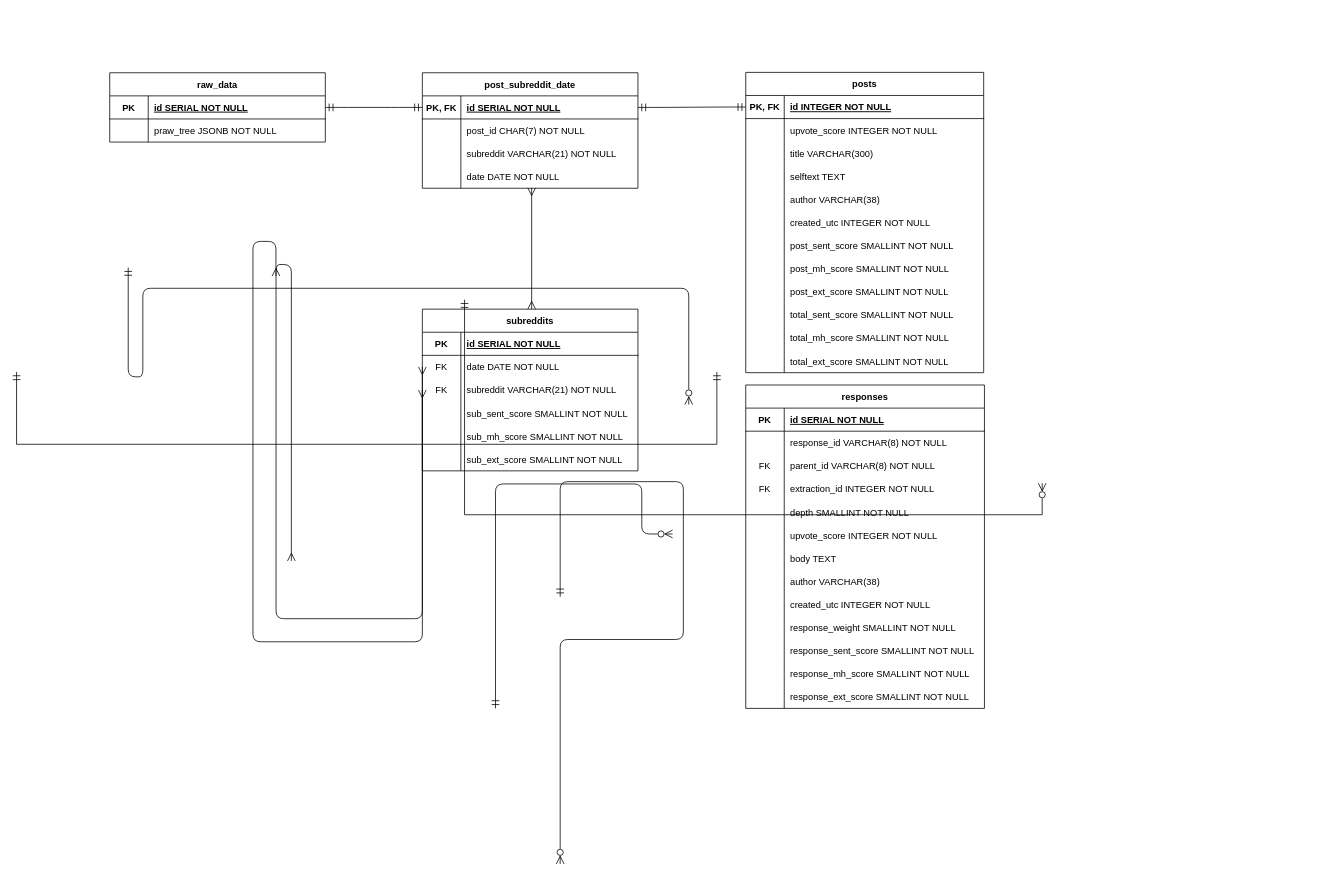
AustinLowey/social-media-trends-tracker keeps this draw.io diagram as assets/ERD.drawio. Above is the earlier version. Source tidied: cells renumbered, new cells numbered last; positions are measured from the earlier drawing's top-left corner, leaving out a move shared by most shapes. Both pictures are drawn from the tidied source at 77%, with x=0, y=0 at pixel (16, 72).
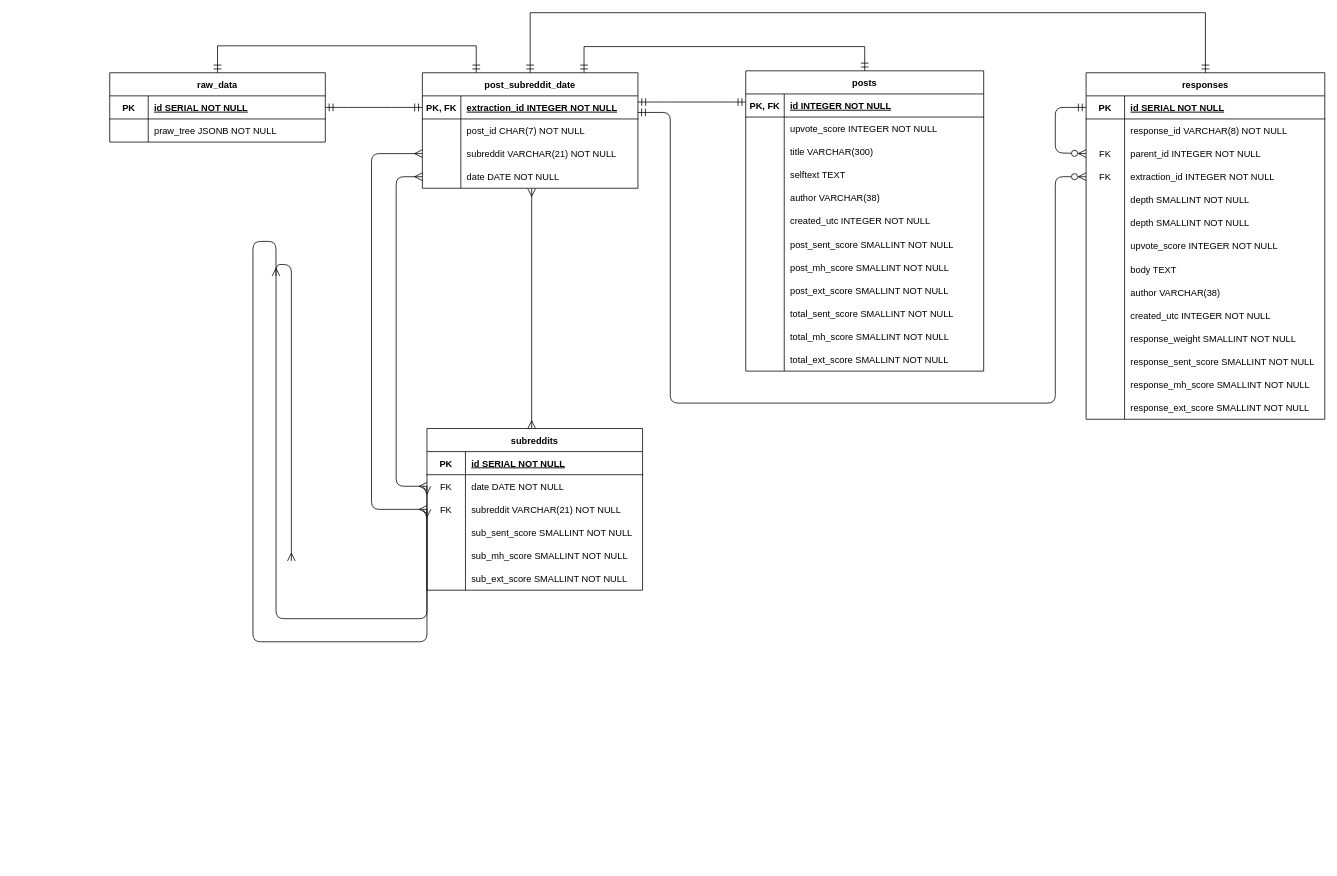
The same diagram, later.

The change refers to these unchanged cells:
```xml
<mxCell id="4" style="shape=partialRectangle;fillColor=none;points=[[0,0.5],[1,0.5]];portConstraint=eastwest;top=0;left=0;right=0;bottom=1;" parent="3" vertex="1">
  <mxGeometry y="30" width="310" height="30" as="geometry" />
</mxCell>
<mxCell id="10" style="shape=partialRectangle;fillColor=none;points=[[0,0.5],[1,0.5]];portConstraint=eastwest;top=0;left=0;right=0;bottom=0;" parent="3" vertex="1">
  <mxGeometry y="90" width="310" height="30" as="geometry" />
</mxCell>
<mxCell id="13" style="shape=partialRectangle;fillColor=none;points=[[0,0.5],[1,0.5]];portConstraint=eastwest;top=0;left=0;right=0;bottom=0;" parent="3" vertex="1">
  <mxGeometry y="120" width="310" height="30" as="geometry" />
</mxCell>
<mxCell id="43" value="raw_data" style="shape=table;startSize=30;childLayout=tableLayout;rowLines=0;fontStyle=1;align=center;" parent="1" vertex="1">
  <mxGeometry x="121" width="280" height="90" as="geometry" />
</mxCell>
<mxCell id="54" style="shape=partialRectangle;fillColor=none;points=[[0,0.5],[1,0.5]];portConstraint=eastwest;top=0;left=0;right=0;bottom=0;" parent="50" vertex="1">
  <mxGeometry y="60" width="280" height="30" as="geometry" />
</mxCell>
<mxCell id="57" style="shape=partialRectangle;fillColor=none;points=[[0,0.5],[1,0.5]];portConstraint=eastwest;top=0;left=0;right=0;bottom=0;" parent="50" vertex="1">
  <mxGeometry y="90" width="280" height="30" as="geometry" />
</mxCell>
<mxCell id="76" value="post_subreddit_date" style="shape=table;startSize=30;childLayout=tableLayout;rowLines=0;fontStyle=1;align=center;" parent="1" vertex="1">
  <mxGeometry x="527" width="280" height="150" as="geometry" />
</mxCell>
<mxCell id="77" style="shape=partialRectangle;fillColor=none;points=[[0,0.5],[1,0.5]];portConstraint=eastwest;top=0;left=0;right=0;bottom=1;" parent="76" vertex="1">
  <mxGeometry y="30" width="280" height="30" as="geometry" />
</mxCell>
<mxCell id="83" style="shape=partialRectangle;fillColor=none;points=[[0,0.5],[1,0.5]];portConstraint=eastwest;top=0;left=0;right=0;bottom=0;" parent="76" vertex="1">
  <mxGeometry y="90" width="280" height="30" as="geometry" />
</mxCell>
<mxCell id="86" style="shape=partialRectangle;fillColor=none;points=[[0,0.5],[1,0.5]];portConstraint=eastwest;top=0;left=0;right=0;bottom=0;" parent="76" vertex="1">
  <mxGeometry y="120" width="280" height="30" as="geometry" />
</mxCell>
<mxCell id="91" style="shape=partialRectangle;fillColor=none;points=[[0,0.5],[1,0.5]];portConstraint=eastwest;top=0;left=0;right=0;bottom=1;" parent="90" vertex="1">
  <mxGeometry y="30" width="309" height="30" as="geometry" />
</mxCell>
```

Diff of the diagram source:
```diff
@@
     <mxCell id="3" value="responses" style="shape=table;startSize=30;childLayout=tableLayout;rowLines=0;fontStyle=1;align=center;" parent="1" vertex="1">
-      <mxGeometry x="947" y="405.5" width="310" height="420" as="geometry" />
+      <mxGeometry x="1389" width="310" height="450" as="geometry" />
     </mxCell>
@@
-    <mxCell id="12" value="parent_id VARCHAR(8) NOT NULL" style="shape=partialRectangle;overflow=hidden;fillColor=none;top=0;left=0;bottom=0;right=0;align=left;spacingLeft=6;" parent="10" vertex="1">
+    <mxCell id="12" value="parent_id INTEGER NOT NULL" style="shape=partialRectangle;overflow=hidden;fillColor=none;top=0;left=0;bottom=0;right=0;align=left;spacingLeft=6;" parent="10" vertex="1">
       <mxGeometry x="50" width="260" height="30" as="geometry" />
     </mxCell>
@@
+    <mxCell id="128" style="shape=partialRectangle;fillColor=none;top=0;left=0;right=0;bottom=0;" parent="3" vertex="1">
+      <mxGeometry y="150" width="310" height="30" as="geometry" />
+    </mxCell>
+    <mxCell id="129" style="shape=partialRectangle;overflow=hidden;fillColor=none;top=0;left=0;bottom=0;right=0;" parent="128" vertex="1">
+      <mxGeometry width="50" height="30" as="geometry" />
+    </mxCell>
+    <mxCell id="130" value="depth SMALLINT NOT NULL" style="shape=partialRectangle;overflow=hidden;fillColor=none;top=0;left=0;bottom=0;right=0;align=left;spacingLeft=6;" parent="128" vertex="1">
+      <mxGeometry x="50" width="260" height="30" as="geometry" />
+    </mxCell>
     <mxCell id="16" style="shape=partialRectangle;fillColor=none;top=0;left=0;right=0;bottom=0;" parent="3" vertex="1">
-      <mxGeometry y="150" width="310" height="30" as="geometry" />
+      <mxGeometry y="180" width="310" height="30" as="geometry" />
     </mxCell>
@@
     <mxCell id="19" style="shape=partialRectangle;fillColor=none;top=0;left=0;right=0;bottom=0;" parent="3" vertex="1">
-      <mxGeometry y="180" width="310" height="30" as="geometry" />
+      <mxGeometry y="210" width="310" height="30" as="geometry" />
     </mxCell>
@@
     <mxCell id="22" style="shape=partialRectangle;fillColor=none;top=0;left=0;right=0;bottom=0;" parent="3" vertex="1">
-      <mxGeometry y="210" width="310" height="30" as="geometry" />
+      <mxGeometry y="240" width="310" height="30" as="geometry" />
     </mxCell>
@@
     <mxCell id="25" style="shape=partialRectangle;fillColor=none;top=0;left=0;right=0;bottom=0;" parent="3" vertex="1">
-      <mxGeometry y="240" width="310" height="30" as="geometry" />
+      <mxGeometry y="270" width="310" height="30" as="geometry" />
     </mxCell>
@@
     <mxCell id="28" style="shape=partialRectangle;fillColor=none;top=0;left=0;right=0;bottom=0;" parent="3" vertex="1">
-      <mxGeometry y="270" width="310" height="30" as="geometry" />
+      <mxGeometry y="300" width="310" height="30" as="geometry" />
     </mxCell>
@@
     <mxCell id="31" style="shape=partialRectangle;fillColor=none;top=0;left=0;right=0;bottom=0;" parent="3" vertex="1">
-      <mxGeometry y="300" width="310" height="30" as="geometry" />
+      <mxGeometry y="330" width="310" height="30" as="geometry" />
     </mxCell>
@@
     <mxCell id="34" style="shape=partialRectangle;fillColor=none;top=0;left=0;right=0;bottom=0;" parent="3" vertex="1">
-      <mxGeometry y="330" width="310" height="30" as="geometry" />
+      <mxGeometry y="360" width="310" height="30" as="geometry" />
     </mxCell>
@@
     <mxCell id="37" style="shape=partialRectangle;fillColor=none;top=0;left=0;right=0;bottom=0;" parent="3" vertex="1">
-      <mxGeometry y="360" width="310" height="30" as="geometry" />
+      <mxGeometry y="390" width="310" height="30" as="geometry" />
     </mxCell>
@@
     <mxCell id="40" style="shape=partialRectangle;fillColor=none;top=0;left=0;right=0;bottom=0;" parent="3" vertex="1">
-      <mxGeometry y="390" width="310" height="30" as="geometry" />
+      <mxGeometry y="420" width="310" height="30" as="geometry" />
     </mxCell>
@@
+    <mxCell id="70" style="edgeStyle=orthogonalEdgeStyle;rounded=1;jettySize=auto;html=1;endSize=8;startSize=8;startArrow=ERmandOne;startFill=0;endArrow=ERzeroToMany;endFill=0;curved=0;exitX=0;exitY=0.5;exitDx=0;exitDy=0;entryX=0;entryY=0.5;entryDx=0;entryDy=0;" parent="3" edge="1" source="4" target="10">
+      <mxGeometry relative="1" as="geometry">
+        <Array as="points">
+          <mxPoint x="-40" y="45" />
+          <mxPoint x="-40" y="104" />
+          <mxPoint y="104" />
+        </Array>
+      </mxGeometry>
+    </mxCell>
@@
     <mxCell id="50" value="subreddits" style="shape=table;startSize=30;childLayout=tableLayout;rowLines=0;fontStyle=1;align=center;" parent="1" vertex="1">
-      <mxGeometry x="527" y="307" width="280" height="210" as="geometry" />
+      <mxGeometry x="533" y="462" width="280" height="210" as="geometry" />
     </mxCell>
@@
-    <mxCell id="69" style="edgeStyle=orthogonalEdgeStyle;rounded=0;orthogonalLoop=1;jettySize=auto;html=1;exitX=0.5;exitY=0;exitDx=0;exitDy=0;endSize=8;startSize=8;startArrow=ERmandOne;startFill=0;endArrow=ERmandOne;endFill=0;entryX=0.5;entryY=0;entryDx=0;entryDy=0;" parent="1" edge="1">
+    <mxCell id="69" style="edgeStyle=orthogonalEdgeStyle;rounded=0;jettySize=auto;html=1;exitX=0.25;exitY=0;exitDx=0;exitDy=0;endSize=8;startSize=8;startArrow=ERmandOne;startFill=0;endArrow=ERmandOne;endFill=0;entryX=0.5;entryY=0;entryDx=0;entryDy=0;" parent="1" edge="1" source="76" target="43">
       <mxGeometry relative="1" as="geometry">
-        <mxPoint x="909.5" y="388.5" as="sourcePoint" />
-        <mxPoint y="388.5" as="targetPoint" />
         <Array as="points">
-          <mxPoint x="646" y="482.5" />
-          <mxPoint x="246" y="482.5" />
+          <mxPoint x="597" y="-35" />
+          <mxPoint x="261" y="-35" />
         </Array>
       </mxGeometry>
     </mxCell>
-    <mxCell id="70" style="edgeStyle=orthogonalEdgeStyle;rounded=1;orthogonalLoop=1;jettySize=auto;html=1;endSize=8;startSize=8;startArrow=ERmandOne;startFill=0;endArrow=ERzeroToMany;endFill=0;curved=0;exitX=0;exitY=0.5;exitDx=0;exitDy=0;" parent="1" edge="1">
-      <mxGeometry relative="1" as="geometry">
-        <mxPoint x="622" y="825.5" as="sourcePoint" />
-        <mxPoint x="852" y="599" as="targetPoint" />
-        <Array as="points">
-          <mxPoint x="812" y="534" />
-          <mxPoint x="812" y="599" />
-        </Array>
-      </mxGeometry>
-    </mxCell>
-    <mxCell id="71" style="edgeStyle=orthogonalEdgeStyle;rounded=0;orthogonalLoop=1;jettySize=auto;html=1;endSize=8;startSize=8;startArrow=ERzeroToMany;startFill=0;endArrow=ERmandOne;endFill=0;entryX=0.767;entryY=1.057;entryDx=0;entryDy=0;entryPerimeter=0;" parent="1" edge="1">
+    <mxCell id="71" style="edgeStyle=orthogonalEdgeStyle;rounded=1;jettySize=auto;html=1;endSize=8;startSize=8;startArrow=ERzeroToMany;startFill=0;endArrow=ERmandOne;endFill=0;entryX=0.999;entryY=0.718;entryDx=0;entryDy=0;entryPerimeter=0;exitX=0;exitY=0.5;exitDx=0;exitDy=0;curved=0;" parent="1" edge="1" source="13" target="77">
       <mxGeometry relative="1" as="geometry">
-        <mxPoint x="1332" y="533" as="sourcePoint" />
-        <mxPoint x="581.8" y="294.7" as="targetPoint" />
         <Array as="points">
-          <mxPoint x="1332" y="574" />
-          <mxPoint x="582" y="574" />
+          <mxPoint x="1349" y="135" />
+          <mxPoint x="1349" y="429" />
+          <mxPoint x="849" y="429" />
+          <mxPoint x="849" y="52" />
         </Array>
       </mxGeometry>
     </mxCell>
-    <mxCell id="72" style="edgeStyle=orthogonalEdgeStyle;rounded=1;orthogonalLoop=1;jettySize=auto;html=1;endSize=8;startSize=8;startArrow=ERmandOne;startFill=0;endArrow=ERzeroToMany;endFill=0;curved=0;exitX=0;exitY=0.5;exitDx=0;exitDy=0;entryX=0;entryY=0.5;entryDx=0;entryDy=0;" parent="1" edge="1">
-      <mxGeometry relative="1" as="geometry">
-        <mxPoint x="706" y="680.5" as="sourcePoint" />
-        <mxPoint x="706" y="1027.5" as="targetPoint" />
-        <Array as="points">
-          <mxPoint x="866" y="531" />
-          <mxPoint x="866" y="736" />
-        </Array>
-      </mxGeometry>
-    </mxCell>
@@
-    <mxCell id="75" style="edgeStyle=orthogonalEdgeStyle;rounded=0;jettySize=auto;html=1;endSize=8;startSize=8;startArrow=ERmany;startFill=0;endArrow=ERmany;endFill=0;entryX=0.507;entryY=0.983;entryDx=0;entryDy=0;entryPerimeter=0;" parent="1" edge="1" target="86">
+    <mxCell id="75" style="edgeStyle=orthogonalEdgeStyle;rounded=0;orthogonalLoop=1;jettySize=auto;html=1;endSize=8;startSize=8;startArrow=ERmany;startFill=0;endArrow=ERmany;endFill=0;entryX=0.507;entryY=0.983;entryDx=0;entryDy=0;entryPerimeter=0;" parent="1" edge="1">
       <mxGeometry relative="1" as="geometry">
-        <mxPoint x="669" y="307" as="sourcePoint" />
+        <mxPoint x="669" y="462" as="sourcePoint" />
+        <mxPoint x="669" y="150.5" as="targetPoint" />
         <Array as="points">
-          <mxPoint x="669" y="307" />
+          <mxPoint x="669" y="234" />
+          <mxPoint x="669" y="234" />
         </Array>
       </mxGeometry>
     </mxCell>
@@
-    <mxCell id="79" value="id SERIAL NOT NULL " style="shape=partialRectangle;overflow=hidden;fillColor=none;top=0;left=0;bottom=0;right=0;align=left;spacingLeft=6;fontStyle=5;" parent="77" vertex="1">
+    <mxCell id="79" value="extraction_id INTEGER NOT NULL " style="shape=partialRectangle;overflow=hidden;fillColor=none;top=0;left=0;bottom=0;right=0;align=left;spacingLeft=6;fontStyle=5;" parent="77" vertex="1">
       <mxGeometry x="50" width="230" height="30" as="geometry" />
     </mxCell>
@@
-    <mxCell id="89" style="edgeStyle=orthogonalEdgeStyle;rounded=1;orthogonalLoop=1;jettySize=auto;html=1;endSize=8;startSize=8;startArrow=ERmandOne;startFill=0;endArrow=ERzeroToMany;endFill=0;curved=0;entryX=0;entryY=0.5;entryDx=0;entryDy=0;" parent="1" edge="1">
-      <mxGeometry relative="1" as="geometry">
-        <mxPoint x="145" y="253" as="sourcePoint" />
-        <mxPoint x="873" y="430.9" as="targetPoint" />
-        <Array as="points">
-          <mxPoint x="164" y="394.9" />
-          <mxPoint x="164" y="279.9" />
-        </Array>
-      </mxGeometry>
-    </mxCell>
     <mxCell id="90" value="posts" style="shape=table;startSize=30;childLayout=tableLayout;rowLines=0;fontStyle=1;align=center;" parent="1" vertex="1">
-      <mxGeometry x="947" y="-0.5" width="309" height="390" as="geometry" />
+      <mxGeometry x="947" y="-2.5" width="309" height="390" as="geometry" />
     </mxCell>
@@
-    <mxCell id="127" style="edgeStyle=entityRelationEdgeStyle;endArrow=ERmandOne;startArrow=ERmandOne;endFill=0;startFill=0;entryX=0;entryY=0.5;entryDx=0;entryDy=0;endSize=8;startSize=8;exitX=1;exitY=0.5;exitDx=0;exitDy=0;" parent="1" edge="1" source="77" target="91">
-      <mxGeometry relative="1" as="geometry" />
+    <mxCell id="127" style="edgeStyle=entityRelationEdgeStyle;endArrow=ERmandOne;startArrow=ERmandOne;endFill=0;startFill=0;endSize=8;startSize=8;" parent="1" edge="1">
+      <mxGeometry relative="1" as="geometry">
+        <mxPoint x="807" y="38" as="sourcePoint" />
+        <mxPoint x="947" y="38" as="targetPoint" />
+      </mxGeometry>
     </mxCell>
+    <mxCell id="131" style="edgeStyle=orthogonalEdgeStyle;rounded=1;jettySize=auto;html=1;endSize=8;startSize=8;startArrow=ERmany;startFill=0;endArrow=ERmany;endFill=0;entryX=0;entryY=0.5;entryDx=0;entryDy=0;exitX=0;exitY=0.5;exitDx=0;exitDy=0;curved=0;" parent="1" edge="1" source="57" target="83">
+      <mxGeometry relative="1" as="geometry">
+        <Array as="points">
+          <mxPoint x="461" y="567" />
+          <mxPoint x="461" y="105" />
+        </Array>
+      </mxGeometry>
+    </mxCell>
+    <mxCell id="132" style="edgeStyle=orthogonalEdgeStyle;rounded=1;jettySize=auto;html=1;endSize=8;startSize=8;startArrow=ERmany;startFill=0;endArrow=ERmany;endFill=0;entryX=0;entryY=0.5;entryDx=0;entryDy=0;exitX=0;exitY=0.5;exitDx=0;exitDy=0;curved=0;" parent="1" edge="1" source="54" target="86">
+      <mxGeometry relative="1" as="geometry">
+        <Array as="points">
+          <mxPoint x="493" y="537" />
+          <mxPoint x="493" y="135" />
+        </Array>
+      </mxGeometry>
+    </mxCell>
+    <mxCell id="133" style="edgeStyle=orthogonalEdgeStyle;rounded=0;jettySize=auto;html=1;endSize=8;startSize=8;startArrow=ERmandOne;startFill=0;endArrow=ERmandOne;endFill=0;entryX=0.75;entryY=0;entryDx=0;entryDy=0;exitX=0.5;exitY=0;exitDx=0;exitDy=0;" parent="1" edge="1" source="90" target="76">
+      <mxGeometry relative="1" as="geometry">
+        <Array as="points">
+          <mxPoint x="1102" y="-34" />
+          <mxPoint x="737" y="-34" />
+        </Array>
+      </mxGeometry>
+    </mxCell>
+    <mxCell id="134" style="edgeStyle=orthogonalEdgeStyle;rounded=0;jettySize=auto;html=1;endSize=8;startSize=8;startArrow=ERmandOne;startFill=0;endArrow=ERmandOne;endFill=0;exitX=0.5;exitY=0;exitDx=0;exitDy=0;entryX=0.5;entryY=0;entryDx=0;entryDy=0;" parent="1" edge="1" source="3" target="76">
+      <mxGeometry relative="1" as="geometry">
+        <Array as="points">
+          <mxPoint x="1544" y="-78" />
+          <mxPoint x="667" y="-78" />
+        </Array>
+      </mxGeometry>
+    </mxCell>
```
